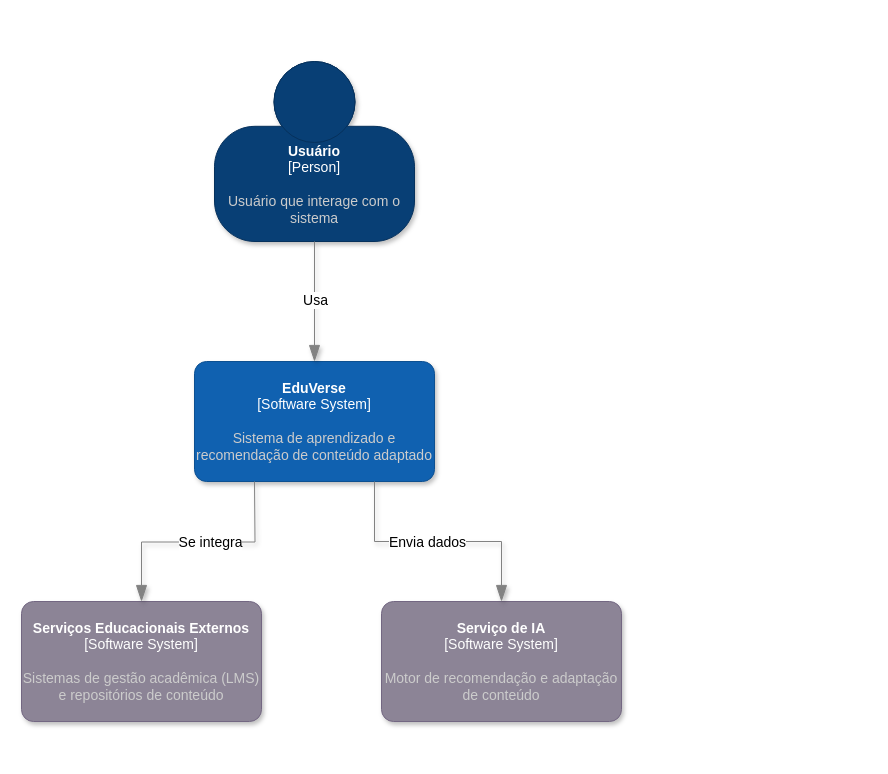
This is diagrams/Diagrama de Contexto/Diagrama de Contexto - EduVerse.drawio from BraionDLucca/Mini-Projeto-O-Arquiteto-Decisor, a draw.io file, before an edit. Source tidied: cells renumbered, new cells numbered last; positions are measured from the earlier drawing's top-left corner, leaving out a move shared by most shapes. Both pictures are drawn from the tidied source at 100%, with x=0, y=0 at pixel (21, 61).
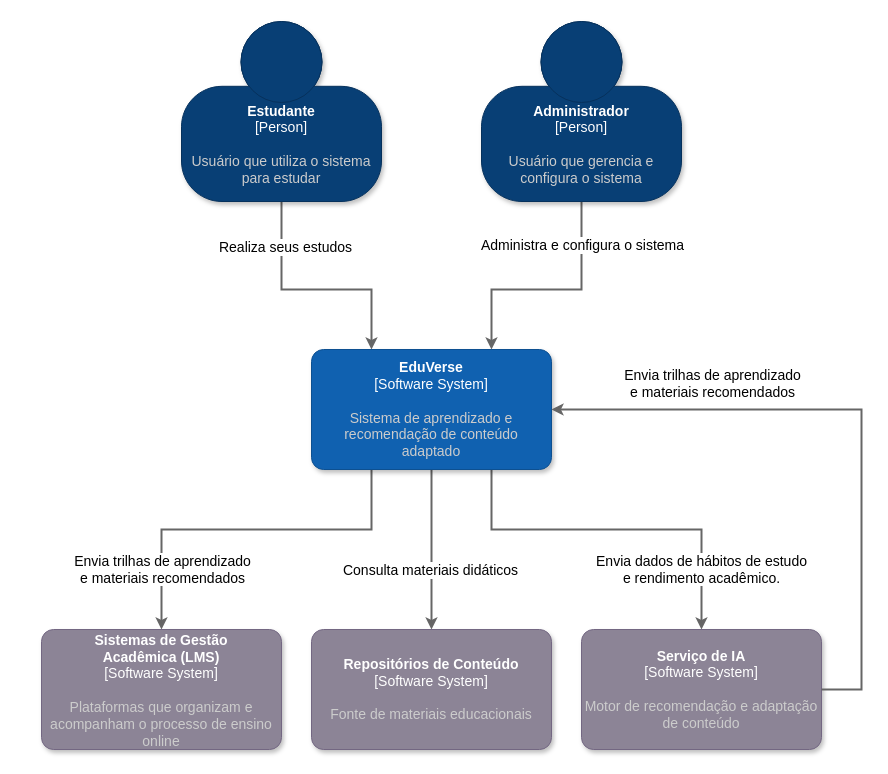
The same page after the edit.

Commit message (it also covers changes not shown here):
Diagrama de contexto refatorado, documento de arquitetura formatado

Change to the diagram source:
```diff
@@
+    <mxCell id="5" style="edgeStyle=orthogonalEdgeStyle;rounded=0;jettySize=auto;html=1;fontSize=14;strokeWidth=2;strokeColor=#666666;entryX=0.25;entryY=0;entryDx=0;entryDy=0;entryPerimeter=0;" parent="1" edge="1" source="2" target="3">
+      <mxGeometry relative="1" as="geometry">
+        <Array as="points">
+          <mxPoint x="260" y="228" />
+          <mxPoint x="350" y="228" />
+        </Array>
+      </mxGeometry>
+    </mxCell>
+    <mxCell id="12" value="&lt;span&gt;Realiza seus estudos&lt;/span&gt;" style="edgeLabel;html=1;align=center;verticalAlign=middle;fontSize=14;" parent="5" vertex="1">
+      <mxGeometry x="-0.74" y="3" relative="1" as="geometry">
+        <mxPoint y="14" as="offset" />
+      </mxGeometry>
+    </mxCell>
-    <object id="2" label="&lt;font&gt;&lt;b&gt;%c4Name%&lt;/b&gt;&lt;/font&gt;&lt;div&gt;[%c4Type%]&lt;/div&gt;&lt;br&gt;&lt;div&gt;&lt;font&gt;&lt;font color=&quot;#cccccc&quot;&gt;%c4Description%&lt;/font&gt;&lt;/font&gt;&lt;/div&gt;" c4Description="Usuário que interage com o sistema" c4Name="Usuário" c4Type="Person" placeholders="1">
-      <mxCell style="html=1;fontSize=14;dashed=0;whiteSpace=wrap;fillColor=#083F75;strokeColor=#06315C;fontColor=#ffffff;shape=mxgraph.c4.person2;align=center;points=[[0.5,0,0],[1,0.5,0],[1,0.75,0],[0.75,1,0],[0.5,1,0],[0.25,1,0],[0,0.75,0],[0,0.5,0]];shadow=1;" parent="1" vertex="1">
-        <mxGeometry x="193" width="200" height="180" as="geometry" />
+    <object id="2" label="&lt;font&gt;&lt;b&gt;%c4Name%&lt;/b&gt;&lt;/font&gt;&lt;div&gt;[%c4Type%]&lt;/div&gt;&lt;br&gt;&lt;div&gt;&lt;font&gt;&lt;font color=&quot;#cccccc&quot;&gt;%c4Description%&lt;/font&gt;&lt;/font&gt;&lt;/div&gt;" c4Description="Usuário que utiliza o sistema para estudar" c4Name="Estudante" c4Type="Person" placeholders="1">
+      <mxCell style="html=1;fontSize=14;dashed=0;fillColor=#083F75;strokeColor=#06315C;fontColor=#ffffff;shape=mxgraph.c4.person2;align=center;points=[[0.5,0,0],[1,0.5,0],[1,0.75,0],[0.75,1,0],[0.5,1,0],[0.25,1,0],[0,0.75,0],[0,0.5,0]];shadow=1;spacing=3;whiteSpace=wrap;spacingTop=0;spacingLeft=0;spacingBottom=0;" parent="1" vertex="1">
+        <mxGeometry x="160" y="-40" width="200" height="180" as="geometry" />
       </mxCell>
     </object>
+    <mxCell id="13" style="edgeStyle=orthogonalEdgeStyle;rounded=0;jettySize=auto;html=1;fontSize=14;strokeWidth=2;strokeColor=#666666;" parent="1" edge="1" source="3" target="18">
+      <mxGeometry relative="1" as="geometry" />
+    </mxCell>
+    <mxCell id="14" value="&lt;span&gt;Consulta materiais didáticos&lt;/span&gt;" style="edgeLabel;html=1;align=center;verticalAlign=middle;fontSize=14;" parent="13" vertex="1">
+      <mxGeometry x="0.13" y="-2" relative="1" as="geometry">
+        <mxPoint y="10" as="offset" />
+      </mxGeometry>
+    </mxCell>
+    <mxCell id="7" style="edgeStyle=orthogonalEdgeStyle;rounded=0;jettySize=auto;html=1;fontSize=14;strokeWidth=2;strokeColor=#666666;exitX=0.75;exitY=1;exitDx=0;exitDy=0;exitPerimeter=0;" parent="1" edge="1" source="3" target="4">
+      <mxGeometry relative="1" as="geometry">
+        <Array as="points">
+          <mxPoint x="470" y="468" />
+          <mxPoint x="680" y="468" />
+        </Array>
+      </mxGeometry>
+    </mxCell>
+    <mxCell id="15" value="&lt;span&gt;Envia dados de hábitos de estudo&lt;/span&gt;&lt;div&gt;&lt;span style=&quot;color: light-dark(rgb(0, 0, 0), rgb(255, 255, 255));&quot;&gt;e&amp;nbsp;&lt;/span&gt;&lt;span style=&quot;color: light-dark(rgb(0, 0, 0), rgb(255, 255, 255));&quot;&gt;rendimento acadêmico.&lt;/span&gt;&lt;/div&gt;" style="edgeLabel;html=1;align=center;verticalAlign=middle;fontSize=14;" parent="7" vertex="1">
+      <mxGeometry x="0.77" y="-1" relative="1" as="geometry">
+        <mxPoint y="-18" as="offset" />
+      </mxGeometry>
+    </mxCell>
+    <mxCell id="16" style="edgeStyle=orthogonalEdgeStyle;rounded=0;jettySize=auto;html=1;fontSize=14;strokeWidth=2;strokeColor=#666666;exitX=0.25;exitY=1;exitDx=0;exitDy=0;exitPerimeter=0;" parent="1" edge="1" source="3" target="9">
+      <mxGeometry relative="1" as="geometry">
+        <Array as="points">
+          <mxPoint x="350" y="468" />
+          <mxPoint x="140" y="468" />
+        </Array>
+      </mxGeometry>
+    </mxCell>
+    <mxCell id="17" value="&lt;span&gt;Envia trilhas de aprendizado&lt;/span&gt;&lt;div&gt;e materiais recomendados&lt;/div&gt;" style="edgeLabel;html=1;align=center;verticalAlign=middle;fontSize=14;" parent="16" vertex="1">
+      <mxGeometry x="0.73" y="-2" relative="1" as="geometry">
+        <mxPoint x="2" y="-11" as="offset" />
+      </mxGeometry>
+    </mxCell>
     <object id="3" label="&lt;font&gt;&lt;b&gt;%c4Name%&lt;/b&gt;&lt;/font&gt;&lt;div&gt;[%c4Type%]&lt;/div&gt;&lt;br&gt;&lt;div&gt;&lt;font&gt;&lt;font color=&quot;#cccccc&quot;&gt;%c4Description%&lt;/font&gt;&lt;/font&gt;&lt;/div&gt;" c4Description="Sistema de aprendizado e recomendação de conteúdo adaptado" c4Name="EduVerse" c4Type="Software System" placeholders="1">
-      <mxCell style="rounded=1;whiteSpace=wrap;html=1;labelBackgroundColor=none;fillColor=#1061B0;fontColor=#ffffff;align=center;arcSize=10;strokeColor=#0D5091;points=[[0.25,0,0],[0.5,0,0],[0.75,0,0],[1,0.25,0],[1,0.5,0],[1,0.75,0],[0.75,1,0],[0.5,1,0],[0.25,1,0],[0,0.75,0],[0,0.5,0],[0,0.25,0]];shadow=1;fontSize=14;" parent="1" vertex="1">
-        <mxGeometry x="173" y="300" width="240" height="120" as="geometry" />
+      <mxCell style="rounded=1;whiteSpace=wrap;html=1;labelBackgroundColor=none;fillColor=#1061B0;fontColor=#ffffff;align=center;arcSize=10;strokeColor=#0D5091;points=[[0.25,0,0],[0.5,0,0],[0.75,0,0],[1,0.25,0],[1,0.5,0],[1,0.75,0],[0.75,1,0],[0.5,1,0],[0.25,1,0],[0,0.75,0],[0,0.5,0],[0,0.25,0]];shadow=1;fontSize=14;spacing=4;" parent="1" vertex="1">
+        <mxGeometry x="290" y="288" width="240" height="120" as="geometry" />
       </mxCell>
     </object>
     <object id="4" label="&lt;font&gt;&lt;b&gt;%c4Name%&lt;/b&gt;&lt;/font&gt;&lt;div&gt;[%c4Type%]&lt;/div&gt;&lt;br&gt;&lt;div&gt;&lt;font&gt;&lt;font color=&quot;#cccccc&quot;&gt;%c4Description%&lt;/font&gt;&lt;/font&gt;&lt;/div&gt;" c4Description="Motor de recomendação e adaptação de conteúdo" c4Name="Serviço de IA" c4Type="Software System" placeholders="1">
-      <mxCell style="rounded=1;whiteSpace=wrap;html=1;labelBackgroundColor=none;fillColor=#8C8496;fontColor=#ffffff;align=center;arcSize=10;strokeColor=#736782;points=[[0.25,0,0],[0.5,0,0],[0.75,0,0],[1,0.25,0],[1,0.5,0],[1,0.75,0],[0.75,1,0],[0.5,1,0],[0.25,1,0],[0,0.75,0],[0,0.5,0],[0,0.25,0]];shadow=1;fontSize=14;" parent="1" vertex="1">
-        <mxGeometry x="360" y="540" width="240" height="120" as="geometry" />
+      <mxCell style="rounded=1;whiteSpace=wrap;html=1;labelBackgroundColor=none;fillColor=#8C8496;fontColor=#ffffff;align=center;arcSize=10;strokeColor=#736782;points=[[0.25,0,0],[0.5,0,0],[0.75,0,0],[1,0.25,0],[1,0.5,0],[1,0.75,0],[0.75,1,0],[0.5,1,0],[0.25,1,0],[0,0.75,0],[0,0.5,0],[0,0.25,0]];shadow=1;fontSize=14;spacing=3;" parent="1" vertex="1">
+        <mxGeometry x="560" y="568" width="240" height="120" as="geometry" />
       </mxCell>
     </object>
-    <mxCell id="5" style="endArrow=blockThin;html=1;fontSize=14;fontColor=#404040;strokeWidth=1;endFill=1;strokeColor=#828282;elbow=vertical;endSize=14;startSize=14;jumpStyle=arc;jumpSize=16;rounded=0;edgeStyle=orthogonalEdgeStyle;exitX=0.5;exitY=1;exitDx=0;exitDy=0;exitPerimeter=0;entryX=0.5;entryY=0;entryDx=0;entryDy=0;entryPerimeter=0;shadow=1;" parent="1" edge="1" source="2" target="3">
-      <mxGeometry relative="1" as="geometry" />
-    </mxCell>
-    <mxCell id="6" value="Usa" style="edgeLabel;html=1;align=center;verticalAlign=middle;fontSize=14;" parent="5" vertex="1">
-      <mxGeometry x="-0.04" relative="1" as="geometry" />
-    </mxCell>
-    <mxCell id="7" style="endArrow=blockThin;html=1;fontSize=14;fontColor=#404040;strokeWidth=1;endFill=1;strokeColor=#828282;elbow=vertical;endSize=14;startSize=14;jumpStyle=arc;jumpSize=16;rounded=0;edgeStyle=orthogonalEdgeStyle;exitX=0.75;exitY=1;exitDx=0;exitDy=0;exitPerimeter=0;entryX=0.5;entryY=0;entryDx=0;entryDy=0;entryPerimeter=0;shadow=1;" parent="1" edge="1" source="3" target="4">
-      <mxGeometry relative="1" as="geometry" />
-    </mxCell>
-    <mxCell id="8" value="Envia dados" style="edgeLabel;html=1;align=center;verticalAlign=middle;fontSize=14;" parent="7" vertex="1">
-      <mxGeometry x="-0.09" relative="1" as="geometry" />
-    </mxCell>
-    <object id="9" label="&lt;font&gt;&lt;b&gt;%c4Name%&lt;/b&gt;&lt;/font&gt;&lt;div&gt;[%c4Type%]&lt;/div&gt;&lt;br&gt;&lt;div&gt;&lt;font&gt;&lt;font color=&quot;#cccccc&quot;&gt;%c4Description%&lt;/font&gt;&lt;/font&gt;&lt;/div&gt;" c4Description="Sistemas de gestão acadêmica (LMS) e repositórios de conteúdo" c4Name="Serviços Educacionais Externos" c4Type="Software System" placeholders="1">
-      <mxCell style="rounded=1;whiteSpace=wrap;html=1;labelBackgroundColor=none;fillColor=#8C8496;fontColor=#ffffff;align=center;arcSize=10;strokeColor=#736782;points=[[0.25,0,0],[0.5,0,0],[0.75,0,0],[1,0.25,0],[1,0.5,0],[1,0.75,0],[0.75,1,0],[0.5,1,0],[0.25,1,0],[0,0.75,0],[0,0.5,0],[0,0.25,0]];shadow=1;fontSize=14;gradientColor=none;" parent="1" vertex="1">
-        <mxGeometry y="540" width="240" height="120" as="geometry" />
+    <object id="9" label="&lt;font&gt;&lt;b&gt;%c4Name%&lt;/b&gt;&lt;/font&gt;&lt;div&gt;[%c4Type%]&lt;/div&gt;&lt;br&gt;&lt;div&gt;&lt;font&gt;&lt;font color=&quot;#cccccc&quot;&gt;%c4Description%&lt;/font&gt;&lt;/font&gt;&lt;/div&gt;" c4Description="Plataformas que organizam e acompanham o processo de ensino online" c4Name="Sistemas de Gestão&#10;Acadêmica (LMS)" c4Type="Software System" placeholders="1">
+      <mxCell style="rounded=1;whiteSpace=wrap;html=1;labelBackgroundColor=none;fillColor=#8C8496;fontColor=#ffffff;align=center;arcSize=10;strokeColor=#736782;points=[[0.25,0,0],[0.5,0,0],[0.75,0,0],[1,0.25,0],[1,0.5,0],[1,0.75,0],[0.75,1,0],[0.5,1,0],[0.25,1,0],[0,0.75,0],[0,0.5,0],[0,0.25,0]];shadow=1;fontSize=14;gradientColor=none;spacing=3;spacingBottom=-1;" parent="1" vertex="1">
+        <mxGeometry x="20" y="568" width="240" height="120" as="geometry" />
       </mxCell>
     </object>
-    <mxCell id="10" style="endArrow=blockThin;html=1;fontSize=14;fontColor=#404040;strokeWidth=1;endFill=1;strokeColor=#828282;elbow=vertical;endSize=14;startSize=14;jumpStyle=arc;jumpSize=16;rounded=0;edgeStyle=orthogonalEdgeStyle;entryX=0.5;entryY=0;entryDx=0;entryDy=0;entryPerimeter=0;shadow=1;" parent="1" edge="1" target="9">
-      <mxGeometry relative="1" as="geometry">
-        <mxPoint x="233" y="420" as="sourcePoint" />
-      </mxGeometry>
-    </mxCell>
-    <mxCell id="11" value="Se integra" style="edgeLabel;html=1;align=center;verticalAlign=middle;fontSize=14;" parent="10" vertex="1">
-      <mxGeometry x="-0.09" relative="1" as="geometry" />
-    </mxCell>
+    <object id="18" label="&lt;font&gt;&lt;b&gt;%c4Name%&lt;/b&gt;&lt;/font&gt;&lt;div&gt;[%c4Type%]&lt;/div&gt;&lt;br&gt;&lt;div&gt;&lt;font&gt;&lt;font color=&quot;#cccccc&quot;&gt;%c4Description%&lt;/font&gt;&lt;/font&gt;&lt;/div&gt;" c4Description="Fonte de materiais educacionais" c4Name="Repositórios de Conteúdo" c4Type="Software System" placeholders="1">
+      <mxCell style="rounded=1;whiteSpace=wrap;html=1;labelBackgroundColor=none;fillColor=#8C8496;fontColor=#ffffff;align=center;arcSize=10;strokeColor=#736782;points=[[0.25,0,0],[0.5,0,0],[0.75,0,0],[1,0.25,0],[1,0.5,0],[1,0.75,0],[0.75,1,0],[0.5,1,0],[0.25,1,0],[0,0.75,0],[0,0.5,0],[0,0.25,0]];shadow=1;fontSize=14;gradientColor=none;spacing=3;" parent="1" vertex="1">
+        <mxGeometry x="290" y="568" width="240" height="120" as="geometry" />
+      </mxCell>
+    </object>
+    <mxCell id="19" style="edgeStyle=orthogonalEdgeStyle;rounded=0;jettySize=auto;html=1;fontSize=14;strokeWidth=2;strokeColor=#666666;entryX=0.75;entryY=0;entryDx=0;entryDy=0;entryPerimeter=0;" parent="1" edge="1" source="21" target="3">
+      <mxGeometry relative="1" as="geometry">
+        <Array as="points">
+          <mxPoint x="560" y="228" />
+          <mxPoint x="470" y="228" />
+        </Array>
+      </mxGeometry>
+    </mxCell>
+    <mxCell id="20" value="&lt;span&gt;Administra e configura o sistema&lt;/span&gt;" style="edgeLabel;html=1;align=center;verticalAlign=middle;fontSize=14;" parent="19" vertex="1">
+      <mxGeometry x="-0.66" y="-4" relative="1" as="geometry">
+        <mxPoint x="4" y="3" as="offset" />
+      </mxGeometry>
+    </mxCell>
+    <object id="21" label="&lt;font&gt;&lt;b&gt;%c4Name%&lt;/b&gt;&lt;/font&gt;&lt;div&gt;[%c4Type%]&lt;/div&gt;&lt;br&gt;&lt;div&gt;&lt;font&gt;&lt;font color=&quot;#cccccc&quot;&gt;%c4Description%&lt;/font&gt;&lt;/font&gt;&lt;/div&gt;" c4Description="Usuário que gerencia e configura o sistema" c4Name="Administrador" c4Type="Person" placeholders="1">
+      <mxCell style="html=1;fontSize=14;dashed=0;whiteSpace=wrap;fillColor=#083F75;strokeColor=#06315C;fontColor=#ffffff;shape=mxgraph.c4.person2;align=center;points=[[0.5,0,0],[1,0.5,0],[1,0.75,0],[0.75,1,0],[0.5,1,0],[0.25,1,0],[0,0.75,0],[0,0.5,0]];shadow=1;spacing=3;" parent="1" vertex="1">
+        <mxGeometry x="460" y="-40" width="200" height="180" as="geometry" />
+      </mxCell>
+    </object>
+    <mxCell id="22" style="edgeStyle=orthogonalEdgeStyle;rounded=0;jettySize=auto;html=1;fontSize=14;strokeWidth=2;strokeColor=#666666;exitX=1;exitY=0.5;exitDx=0;exitDy=0;exitPerimeter=0;entryX=1;entryY=0.5;entryDx=0;entryDy=0;entryPerimeter=0;" parent="1" edge="1" source="4" target="3">
+      <mxGeometry relative="1" as="geometry">
+        <Array as="points">
+          <mxPoint x="840" y="628" />
+          <mxPoint x="840" y="348" />
+        </Array>
+      </mxGeometry>
+    </mxCell>
+    <mxCell id="23" value="&lt;span&gt;Envia trilhas de aprendizado&lt;/span&gt;&lt;div&gt;e materiais recomendados&lt;/div&gt;" style="edgeLabel;html=1;align=center;verticalAlign=middle;fontSize=14;" parent="22" vertex="1">
+      <mxGeometry x="-0.66" y="-4" relative="1" as="geometry">
+        <mxPoint x="-154" y="-240" as="offset" />
+      </mxGeometry>
+    </mxCell>
```
